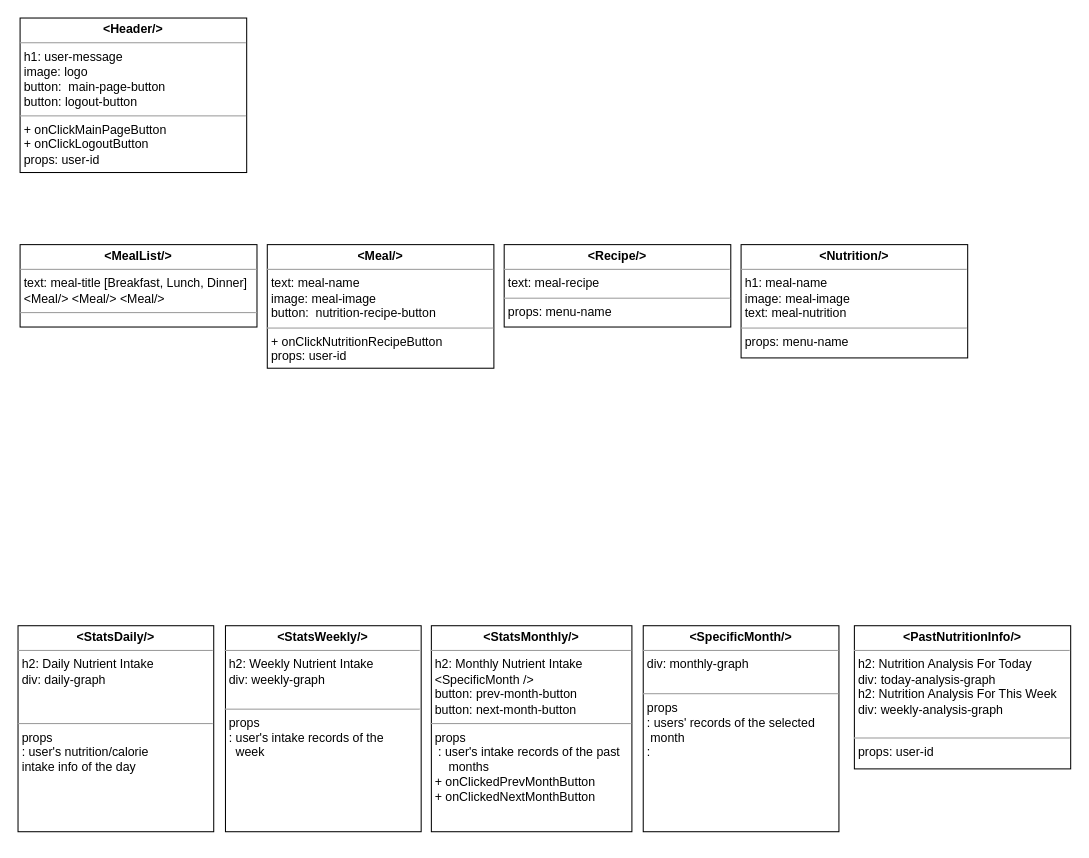
swsnu/swpp2021-team5 keeps this draw.io diagram as diagrams/Component Diagram.drawio. Above is the earlier version. Source tidied: cells renumbered, new cells numbered last; positions are measured from the earlier drawing's top-left corner, leaving out a move shared by most shapes. Both pictures are drawn from the tidied source at 103%, with x=0, y=0 at pixel (18, 18).
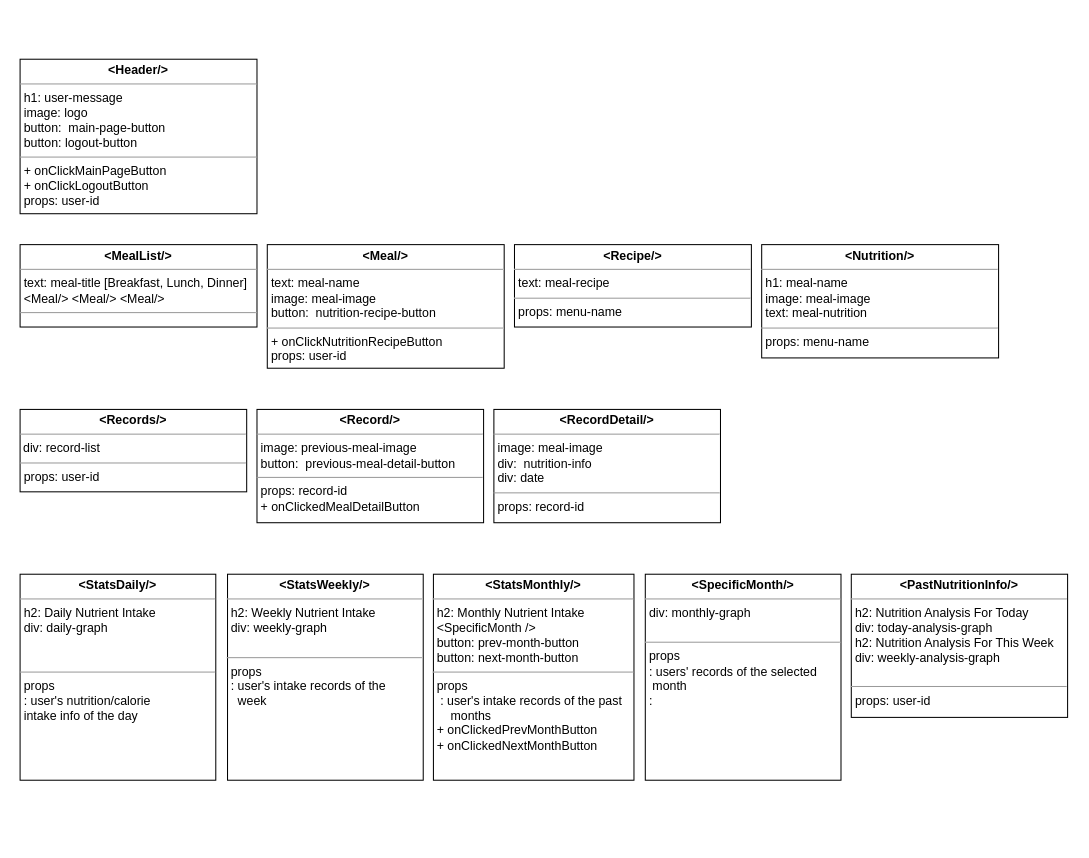
The same page after the edit.

What changed in the source:
```diff
@@
 <mxGraphModel>
   <root>
     <mxCell id="0" />
     <mxCell id="1" parent="0" />
     <mxCell id="2" value="&lt;p style=&quot;margin: 0px ; margin-top: 4px ; text-align: center&quot;&gt;&lt;b&gt;&amp;lt;PastNutritionInfo/&amp;gt;&lt;/b&gt;&lt;/p&gt;&lt;hr size=&quot;1&quot;&gt;&lt;p style=&quot;margin: 0px ; margin-left: 4px&quot;&gt;h2: Nutrition Analysis For Today&lt;/p&gt;&lt;p style=&quot;margin: 0px ; margin-left: 4px&quot;&gt;div: today-analysis-graph&lt;/p&gt;&lt;p style=&quot;margin: 0px ; margin-left: 4px&quot;&gt;h2: Nutrition Analysis For This Week&lt;/p&gt;&lt;p style=&quot;margin: 0px ; margin-left: 4px&quot;&gt;div: weekly-analysis-graph&lt;/p&gt;&lt;p style=&quot;margin: 0px ; margin-left: 4px&quot;&gt;&lt;br&gt;&lt;/p&gt;&lt;hr size=&quot;1&quot;&gt;&lt;p style=&quot;margin: 0px ; margin-left: 4px&quot;&gt;props: user-id&lt;/p&gt;" style="verticalAlign=top;align=left;overflow=fill;fontSize=12;fontFamily=Helvetica;html=1;rounded=0;shadow=0;comic=0;labelBackgroundColor=none;strokeWidth=1;" parent="1" vertex="1">
-      <mxGeometry x="812" y="590" width="210" height="139" as="geometry" />
+      <mxGeometry x="809" y="540" width="210" height="139" as="geometry" />
     </mxCell>
     <mxCell id="3" value="&lt;p style=&quot;margin: 0px ; margin-top: 4px ; text-align: center&quot;&gt;&lt;b&gt;&amp;lt;MealList/&amp;gt;&lt;/b&gt;&lt;/p&gt;&lt;hr size=&quot;1&quot;&gt;&lt;p style=&quot;margin: 0px ; margin-left: 4px&quot;&gt;text: meal-title [Breakfast, Lunch, Dinner]&lt;/p&gt;&lt;p style=&quot;margin: 0px ; margin-left: 4px&quot;&gt;&lt;span&gt;&amp;lt;Meal/&amp;gt; &amp;lt;Meal/&amp;gt; &amp;lt;Meal/&amp;gt;&lt;/span&gt;&lt;/p&gt;&lt;hr size=&quot;1&quot;&gt;&lt;p style=&quot;margin: 0px ; margin-left: 4px&quot;&gt;&lt;br&gt;&lt;/p&gt;" style="verticalAlign=top;align=left;overflow=fill;fontSize=12;fontFamily=Helvetica;html=1;rounded=0;shadow=0;comic=0;labelBackgroundColor=none;strokeWidth=1;" parent="1" vertex="1">
       <mxGeometry x="2" y="220" width="230" height="80" as="geometry" />
     </mxCell>
     <mxCell id="4" value="&lt;p style=&quot;margin: 0px ; margin-top: 4px ; text-align: center&quot;&gt;&lt;b&gt;&amp;lt;Meal/&amp;gt;&lt;/b&gt;&lt;/p&gt;&lt;hr size=&quot;1&quot;&gt;&lt;p style=&quot;margin: 0px ; margin-left: 4px&quot;&gt;&lt;span&gt;text: meal-name&lt;/span&gt;&lt;/p&gt;&lt;p style=&quot;margin: 0px ; margin-left: 4px&quot;&gt;image: meal-image&lt;/p&gt;&lt;p style=&quot;margin: 0px ; margin-left: 4px&quot;&gt;&lt;span&gt;button:&amp;nbsp;&amp;nbsp;&lt;/span&gt;&lt;span style=&quot;text-align: center&quot;&gt;nutrition-recipe-button&lt;/span&gt;&lt;br&gt;&lt;/p&gt;&lt;hr size=&quot;1&quot;&gt;&lt;p style=&quot;margin: 0px ; margin-left: 4px&quot;&gt;+ onClickNutritionRecipeButton&lt;/p&gt;&lt;p style=&quot;margin: 0px ; margin-left: 4px&quot;&gt;props: user-id&lt;/p&gt;" style="verticalAlign=top;align=left;overflow=fill;fontSize=12;fontFamily=Helvetica;html=1;rounded=0;shadow=0;comic=0;labelBackgroundColor=none;strokeWidth=1;" parent="1" vertex="1">
-      <mxGeometry x="242" y="220" width="220" height="120" as="geometry" />
+      <mxGeometry x="242" y="220" width="230" height="120" as="geometry" />
     </mxCell>
     <mxCell id="5" value="&lt;p style=&quot;margin: 0px ; margin-top: 4px ; text-align: center&quot;&gt;&lt;b&gt;&amp;lt;Recipe/&amp;gt;&lt;/b&gt;&lt;/p&gt;&lt;hr size=&quot;1&quot;&gt;&lt;p style=&quot;margin: 0px ; margin-left: 4px&quot;&gt;text: meal-recipe&lt;/p&gt;&lt;hr size=&quot;1&quot;&gt;&lt;p style=&quot;margin: 0px ; margin-left: 4px&quot;&gt;props: menu-name&lt;/p&gt;" style="verticalAlign=top;align=left;overflow=fill;fontSize=12;fontFamily=Helvetica;html=1;rounded=0;shadow=0;comic=0;labelBackgroundColor=none;strokeWidth=1;" parent="1" vertex="1">
-      <mxGeometry x="472" y="220" width="220" height="80" as="geometry" />
+      <mxGeometry x="482" y="220" width="230" height="80" as="geometry" />
     </mxCell>
     <mxCell id="6" value="&lt;p style=&quot;margin: 0px ; margin-top: 4px ; text-align: center&quot;&gt;&lt;b&gt;&amp;lt;Nutrition/&amp;gt;&lt;/b&gt;&lt;/p&gt;&lt;hr size=&quot;1&quot;&gt;&lt;p style=&quot;margin: 0px ; margin-left: 4px&quot;&gt;h1: meal-name&lt;/p&gt;&lt;p style=&quot;margin: 0px ; margin-left: 4px&quot;&gt;&lt;span&gt;image: meal-image&lt;/span&gt;&lt;/p&gt;&lt;p style=&quot;margin: 0px ; margin-left: 4px&quot;&gt;&lt;span&gt;text: meal-nutrition&lt;br&gt;&lt;/span&gt;&lt;/p&gt;&lt;hr size=&quot;1&quot;&gt;&lt;p style=&quot;margin: 0px ; margin-left: 4px&quot;&gt;props: menu-name&lt;/p&gt;" style="verticalAlign=top;align=left;overflow=fill;fontSize=12;fontFamily=Helvetica;html=1;rounded=0;shadow=0;comic=0;labelBackgroundColor=none;strokeWidth=1;" parent="1" vertex="1">
-      <mxGeometry x="702" y="220" width="220" height="110" as="geometry" />
+      <mxGeometry x="722" y="220" width="230" height="110" as="geometry" />
     </mxCell>
     <mxCell id="7" value="&lt;p style=&quot;margin: 0px ; margin-top: 4px ; text-align: center&quot;&gt;&lt;b&gt;&amp;lt;Header/&amp;gt;&lt;/b&gt;&lt;/p&gt;&lt;hr size=&quot;1&quot;&gt;&lt;p style=&quot;margin: 0px ; margin-left: 4px&quot;&gt;h1: user-message&lt;/p&gt;&lt;p style=&quot;margin: 0px ; margin-left: 4px&quot;&gt;image: logo&lt;/p&gt;&lt;p style=&quot;margin: 0px ; margin-left: 4px&quot;&gt;&lt;span&gt;button:&amp;nbsp;&amp;nbsp;&lt;/span&gt;&lt;span style=&quot;text-align: center&quot;&gt;main-page-button&lt;/span&gt;&lt;br&gt;&lt;/p&gt;&lt;p style=&quot;margin: 0px ; margin-left: 4px&quot;&gt;&lt;span style=&quot;text-align: center&quot;&gt;button: logout-button&lt;/span&gt;&lt;/p&gt;&lt;hr size=&quot;1&quot;&gt;&lt;p style=&quot;margin: 0px ; margin-left: 4px&quot;&gt;+ onClickMainPageButton&lt;/p&gt;&lt;p style=&quot;margin: 0px ; margin-left: 4px&quot;&gt;+ onClickLogoutButton&lt;/p&gt;&lt;p style=&quot;margin: 0px ; margin-left: 4px&quot;&gt;props: user-id&lt;/p&gt;" style="verticalAlign=top;align=left;overflow=fill;fontSize=12;fontFamily=Helvetica;html=1;rounded=0;shadow=0;comic=0;labelBackgroundColor=none;strokeWidth=1;" parent="1" vertex="1">
-      <mxGeometry x="2" width="220" height="150" as="geometry" />
+      <mxGeometry x="2" y="40" width="230" height="150" as="geometry" />
     </mxCell>
     <mxCell id="8" value="&lt;p style=&quot;margin: 0px ; margin-top: 4px ; text-align: center&quot;&gt;&lt;b&gt;&amp;lt;StatsDaily/&amp;gt;&lt;/b&gt;&lt;/p&gt;&lt;hr size=&quot;1&quot;&gt;&lt;p style=&quot;margin: 0px ; margin-left: 4px&quot;&gt;h2: Daily Nutrient Intake&lt;br&gt;&lt;/p&gt;&lt;p style=&quot;margin: 0px ; margin-left: 4px&quot;&gt;div: daily-graph&lt;/p&gt;&lt;p style=&quot;margin: 0px ; margin-left: 4px&quot;&gt;&amp;nbsp;&lt;/p&gt;&lt;p style=&quot;margin: 0px ; margin-left: 4px&quot;&gt;&lt;br&gt;&lt;/p&gt;&lt;hr size=&quot;1&quot;&gt;&lt;p style=&quot;margin: 0px ; margin-left: 4px&quot;&gt;props&lt;/p&gt;&lt;p style=&quot;margin: 0px ; margin-left: 4px&quot;&gt;: user's nutrition/calorie&lt;/p&gt;&lt;p style=&quot;margin: 0px ; margin-left: 4px&quot;&gt;intake info of the day&lt;/p&gt;&lt;p style=&quot;margin: 0px ; margin-left: 4px&quot;&gt;&lt;br&gt;&lt;/p&gt;" style="verticalAlign=top;align=left;overflow=fill;fontSize=12;fontFamily=Helvetica;html=1;rounded=0;shadow=0;comic=0;labelBackgroundColor=none;strokeWidth=1;" parent="1" vertex="1">
-      <mxGeometry y="590" width="190" height="200" as="geometry" />
+      <mxGeometry x="2" y="540" width="190" height="200" as="geometry" />
     </mxCell>
     <mxCell id="9" value="&lt;p style=&quot;margin: 0px ; margin-top: 4px ; text-align: center&quot;&gt;&lt;b&gt;&amp;lt;StatsWeekly/&amp;gt;&lt;/b&gt;&lt;/p&gt;&lt;hr size=&quot;1&quot;&gt;&lt;p style=&quot;margin: 0px ; margin-left: 4px&quot;&gt;h2: Weekly Nutrient Intake&lt;br&gt;&lt;/p&gt;&lt;p style=&quot;margin: 0px ; margin-left: 4px&quot;&gt;div: weekly-graph&lt;br&gt;&lt;/p&gt;&lt;p style=&quot;margin: 0px ; margin-left: 4px&quot;&gt;&lt;br&gt;&lt;/p&gt;&lt;hr size=&quot;1&quot;&gt;&lt;p style=&quot;margin: 0px ; margin-left: 4px&quot;&gt;props&lt;/p&gt;&lt;p style=&quot;margin: 0px ; margin-left: 4px&quot;&gt;: user's intake records of the&lt;/p&gt;&lt;p style=&quot;margin: 0px ; margin-left: 4px&quot;&gt;&amp;nbsp; week&lt;br&gt;&lt;/p&gt;" style="verticalAlign=top;align=left;overflow=fill;fontSize=12;fontFamily=Helvetica;html=1;rounded=0;shadow=0;comic=0;labelBackgroundColor=none;strokeWidth=1;" parent="1" vertex="1">
-      <mxGeometry x="201.4" y="590" width="190" height="200" as="geometry" />
+      <mxGeometry x="203.4" y="540" width="190" height="200" as="geometry" />
     </mxCell>
     <mxCell id="10" value="&lt;p style=&quot;margin: 0px ; margin-top: 4px ; text-align: center&quot;&gt;&lt;b&gt;&amp;lt;StatsMonthly/&amp;gt;&lt;/b&gt;&lt;/p&gt;&lt;hr size=&quot;1&quot;&gt;&lt;p style=&quot;margin: 0px ; margin-left: 4px&quot;&gt;h2: Monthly Nutrient Intake&amp;nbsp;&lt;br&gt;&lt;/p&gt;&lt;p style=&quot;margin: 0px ; margin-left: 4px&quot;&gt;&amp;lt;SpecificMonth /&amp;gt;&lt;/p&gt;&lt;p style=&quot;margin: 0px ; margin-left: 4px&quot;&gt;button: prev-month-button&lt;/p&gt;&lt;p style=&quot;margin: 0px ; margin-left: 4px&quot;&gt;button: next-month-button&lt;/p&gt;&lt;hr size=&quot;1&quot;&gt;&lt;p style=&quot;margin: 0px 0px 0px 4px&quot;&gt;props&lt;/p&gt;&lt;p style=&quot;margin: 0px 0px 0px 4px&quot;&gt;&amp;nbsp;: user's intake records of the past&lt;/p&gt;&lt;p style=&quot;margin: 0px 0px 0px 4px&quot;&gt;&amp;nbsp; &amp;nbsp; months&lt;/p&gt;&lt;p style=&quot;margin: 0px 0px 0px 4px&quot;&gt;+ onClickedPrevMonthButton&lt;/p&gt;&lt;p style=&quot;margin: 0px 0px 0px 4px&quot;&gt;+ onClickedNextMonthButton&lt;/p&gt;" style="verticalAlign=top;align=left;overflow=fill;fontSize=12;fontFamily=Helvetica;html=1;rounded=0;shadow=0;comic=0;labelBackgroundColor=none;strokeWidth=1;" parent="1" vertex="1">
-      <mxGeometry x="401.3" y="590" width="194.7" height="200" as="geometry" />
+      <mxGeometry x="403.3" y="540" width="194.7" height="200" as="geometry" />
     </mxCell>
     <mxCell id="11" style="edgeStyle=orthogonalEdgeStyle;rounded=0;orthogonalLoop=1;jettySize=auto;html=1;exitX=0.5;exitY=1;exitDx=0;exitDy=0;" parent="1" edge="1" source="9" target="9">
       <mxGeometry relative="1" as="geometry" />
     </mxCell>
     <mxCell id="12" value="&lt;p style=&quot;margin: 0px ; margin-top: 4px ; text-align: center&quot;&gt;&lt;b&gt;&amp;lt;SpecificMonth/&amp;gt;&lt;/b&gt;&lt;/p&gt;&lt;hr size=&quot;1&quot;&gt;&lt;p style=&quot;margin: 0px ; margin-left: 4px&quot;&gt;&lt;span&gt;div: monthly-graph&lt;/span&gt;&lt;br&gt;&lt;/p&gt;&lt;p style=&quot;margin: 0px ; margin-left: 4px&quot;&gt;&lt;br&gt;&lt;/p&gt;&lt;hr size=&quot;1&quot;&gt;&lt;p style=&quot;margin: 0px ; margin-left: 4px&quot;&gt;props&lt;/p&gt;&lt;p style=&quot;margin: 0px ; margin-left: 4px&quot;&gt;: users' records of the selected&lt;/p&gt;&lt;p style=&quot;margin: 0px ; margin-left: 4px&quot;&gt;&amp;nbsp;month&lt;/p&gt;&lt;p style=&quot;margin: 0px ; margin-left: 4px&quot;&gt;:&amp;nbsp;&lt;/p&gt;" style="verticalAlign=top;align=left;overflow=fill;fontSize=12;fontFamily=Helvetica;html=1;rounded=0;shadow=0;comic=0;labelBackgroundColor=none;strokeWidth=1;" parent="1" vertex="1">
-      <mxGeometry x="607" y="590" width="190" height="200" as="geometry" />
+      <mxGeometry x="609" y="540" width="190" height="200" as="geometry" />
     </mxCell>
+    <mxCell id="13" value="&lt;p style=&quot;margin: 0px ; margin-top: 4px ; text-align: center&quot;&gt;&lt;b&gt;&amp;lt;Records/&amp;gt;&lt;/b&gt;&lt;/p&gt;&lt;hr size=&quot;1&quot;&gt;&amp;nbsp;div: record-list&lt;br&gt;&lt;hr size=&quot;1&quot;&gt;&lt;p style=&quot;margin: 0px ; margin-left: 4px&quot;&gt;&lt;span&gt;props: user-id&lt;/span&gt;&lt;br&gt;&lt;/p&gt;" style="verticalAlign=top;align=left;overflow=fill;fontSize=12;fontFamily=Helvetica;html=1;rounded=0;shadow=0;comic=0;labelBackgroundColor=none;strokeWidth=1;" parent="1" vertex="1">
+      <mxGeometry x="2" y="380" width="220" height="80" as="geometry" />
+    </mxCell>
+    <mxCell id="14" value="&lt;p style=&quot;margin: 0px ; margin-top: 4px ; text-align: center&quot;&gt;&lt;b&gt;&amp;lt;Record/&amp;gt;&lt;/b&gt;&lt;/p&gt;&lt;hr size=&quot;1&quot;&gt;&lt;p style=&quot;margin: 0px ; margin-left: 4px&quot;&gt;&lt;span&gt;image: previous-meal-image&lt;/span&gt;&lt;br&gt;&lt;/p&gt;&lt;p style=&quot;margin: 0px ; margin-left: 4px&quot;&gt;&lt;span&gt;button:&amp;nbsp;&amp;nbsp;&lt;/span&gt;&lt;span style=&quot;text-align: center&quot;&gt;previous-meal-detail-button&lt;/span&gt;&lt;br&gt;&lt;/p&gt;&lt;hr size=&quot;1&quot;&gt;&lt;p style=&quot;margin: 0px ; margin-left: 4px&quot;&gt;props: record-id&lt;br&gt;&lt;/p&gt;&lt;p style=&quot;margin: 0px ; margin-left: 4px&quot;&gt;+ onClickedMealDetailButton&lt;/p&gt;&lt;p style=&quot;margin: 0px ; margin-left: 4px&quot;&gt;&lt;br&gt;&lt;/p&gt;" style="verticalAlign=top;align=left;overflow=fill;fontSize=12;fontFamily=Helvetica;html=1;rounded=0;shadow=0;comic=0;labelBackgroundColor=none;strokeWidth=1;" parent="1" vertex="1">
+      <mxGeometry x="232" y="380" width="220" height="110" as="geometry" />
+    </mxCell>
+    <mxCell id="15" value="&lt;p style=&quot;margin: 0px ; margin-top: 4px ; text-align: center&quot;&gt;&lt;b&gt;&amp;lt;RecordDetail/&amp;gt;&lt;/b&gt;&lt;/p&gt;&lt;hr size=&quot;1&quot;&gt;&lt;p style=&quot;margin: 0px ; margin-left: 4px&quot;&gt;&lt;span&gt;image: meal-image&lt;/span&gt;&lt;br&gt;&lt;/p&gt;&lt;p style=&quot;margin: 0px ; margin-left: 4px&quot;&gt;&lt;span&gt;div:&amp;nbsp;&amp;nbsp;&lt;/span&gt;&lt;span style=&quot;text-align: center&quot;&gt;nutrition-info&lt;/span&gt;&lt;br&gt;&lt;/p&gt;&lt;p style=&quot;margin: 0px ; margin-left: 4px&quot;&gt;&lt;span style=&quot;text-align: center&quot;&gt;div: date&lt;/span&gt;&lt;/p&gt;&lt;hr size=&quot;1&quot;&gt;&lt;p style=&quot;margin: 0px ; margin-left: 4px&quot;&gt;&lt;span&gt;props: record-id&lt;/span&gt;&lt;br&gt;&lt;/p&gt;" style="verticalAlign=top;align=left;overflow=fill;fontSize=12;fontFamily=Helvetica;html=1;rounded=0;shadow=0;comic=0;labelBackgroundColor=none;strokeWidth=1;" parent="1" vertex="1">
+      <mxGeometry x="462" y="380" width="220" height="110" as="geometry" />
+    </mxCell>
   </root>
 </mxGraphModel>
```
